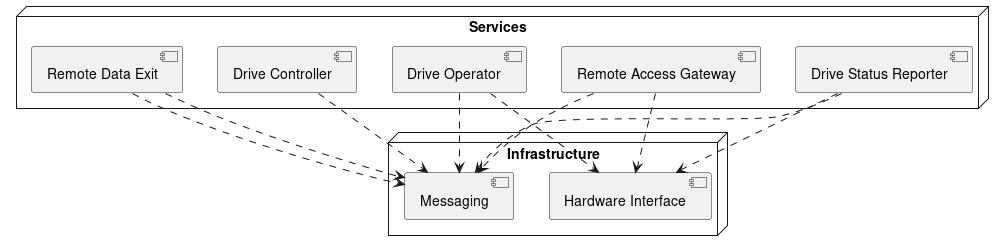
Above: design/components.png in The-Arkitekt/the-robot (PlantUML), before the change.
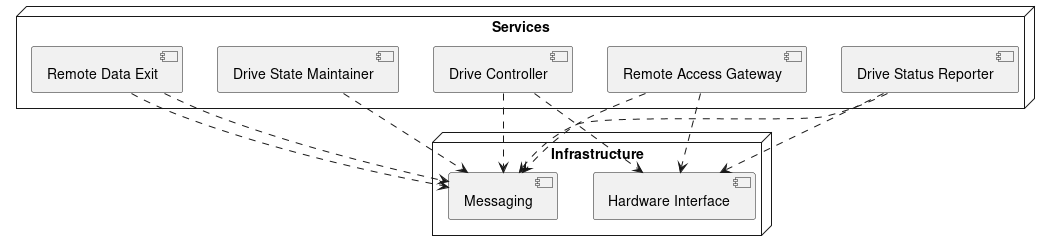
The same diagram one commit later.

Change to the diagram source:
```diff
@@ -1,12 +1,12 @@
 @startuml
 
 node "Services" {
-  [Remote Access Gateway] as RAG
+  [Remote Access Gateway]    as RAG
   [Remote Data Entrance]     as RDE
-  [Drive Status Reporter] as DSR
-  [Drive Controller]      as DC
-  [Drive Operator]        as DO
-  [Remote Data Exit]    as RDE
+  [Drive Status Reporter]    as DSR
+  [Drive State Maintainer]   as DSM
+  [Drive Controller]         as DC
+  [Remote Data Exit]         as RDE
 }
 
 node "Infrastructure" {
@@ -17,13 +17,13 @@
 RAG .down.> MSG
 RDE .down.> MSG
 DSR .down.> MSG
+DSM .down.> MSG
 DC  .down.> MSG
-DO  .down.> MSG
 RDE .down.> MSG
 
 RAG .down.> HI
 DSR .down.> HI
-DO .down.> HI
+DC  .down.> HI
 
 
 @enduml
```
